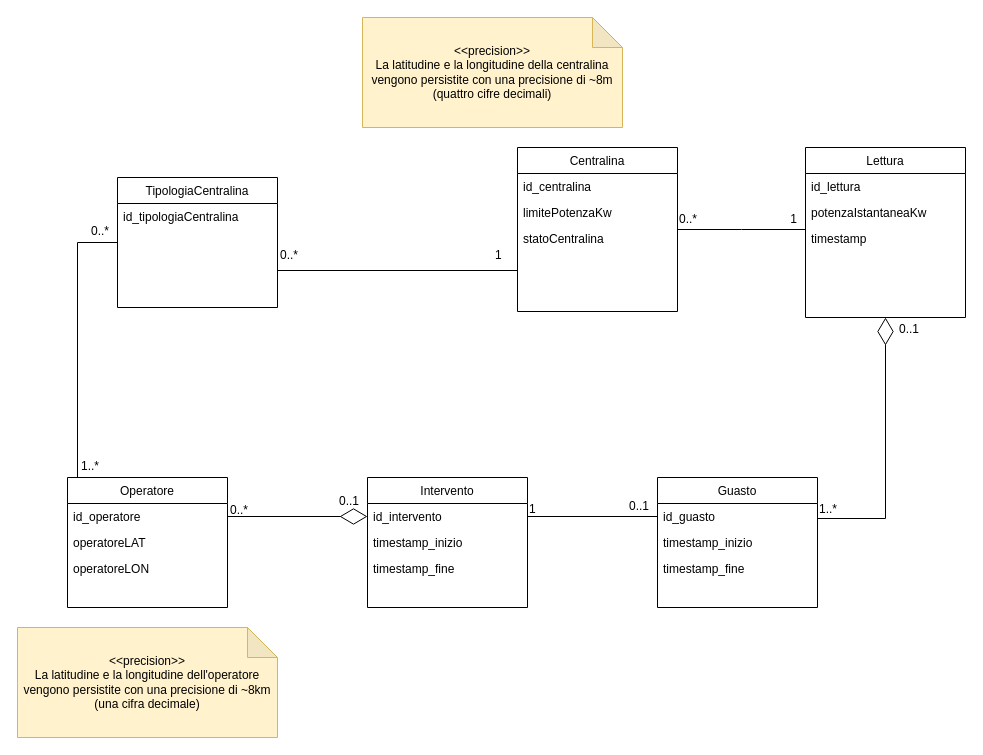
Above: domain_model.drawio in mbeccari856608/architetturasw2024 (draw.io), before the change. Source tidied: cells renumbered, new cells numbered last; positions are measured from the earlier drawing's top-left corner, leaving out a move shared by most shapes. Both pictures are drawn from the tidied source at 100%, with x=0, y=0 at pixel (17, 17).
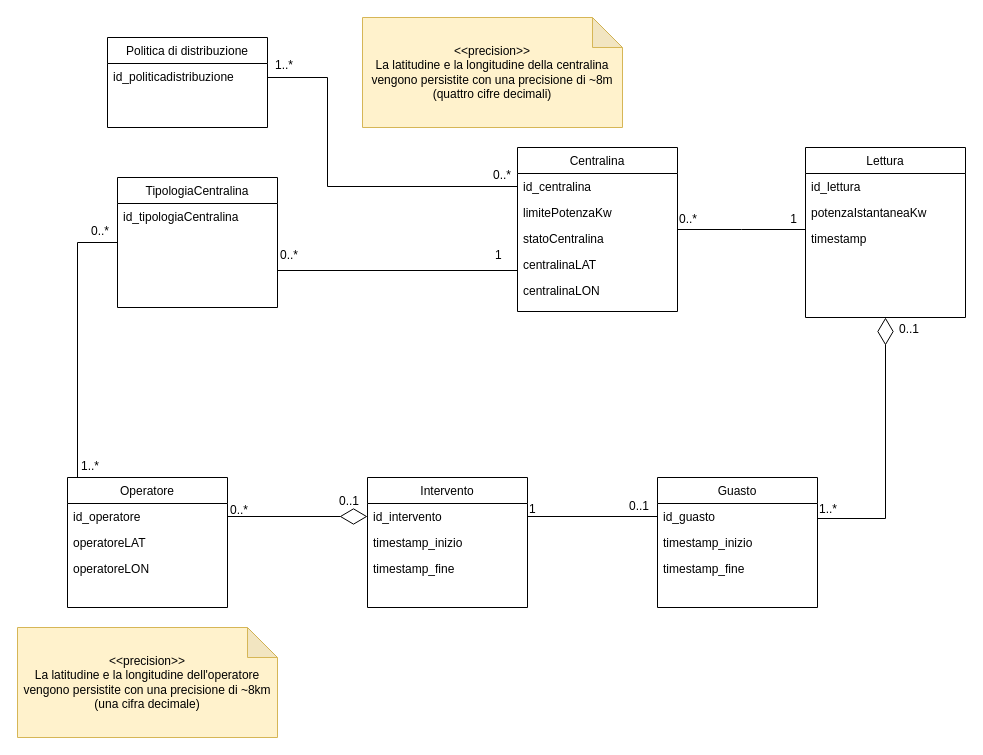
The same diagram, later.

The change refers to these unchanged cells:
```xml
<mxCell id="3" value="Centralina" style="swimlane;fontStyle=0;align=center;verticalAlign=top;horizontal=1;startSize=26;rounded=0;shadow=0;strokeWidth=1;" parent="1" vertex="1">
  <mxGeometry x="500" y="130" width="160" height="164" as="geometry" />
</mxCell>
<mxCell id="4" value="id_centralina" style="text;align=left;verticalAlign=top;spacingLeft=4;spacingRight=4;overflow=hidden;points=[[0,0.5],[1,0.5]];portConstraint=eastwest;" parent="3" vertex="1">
  <mxGeometry y="26" width="160" height="26" as="geometry" />
</mxCell>
```

The edit, as a diff of the source:
```diff
@@
+    <mxCell id="44" value="centralinaLAT" style="text;align=left;verticalAlign=top;spacingLeft=4;spacingRight=4;overflow=hidden;" parent="3" vertex="1">
+      <mxGeometry y="104" width="160" height="26" as="geometry" />
+    </mxCell>
+    <mxCell id="45" value="centralinaLON" style="text;align=left;verticalAlign=top;spacingLeft=4;spacingRight=4;overflow=hidden;" parent="3" vertex="1">
+      <mxGeometry y="130" width="160" height="26" as="geometry" />
+    </mxCell>
@@
+    <mxCell id="46" value="Politica di distribuzione" style="swimlane;fontStyle=0;align=center;verticalAlign=top;horizontal=1;startSize=26;rounded=0;shadow=0;strokeWidth=1;" parent="1" vertex="1">
+      <mxGeometry x="90" y="20" width="160" height="90" as="geometry" />
+    </mxCell>
+    <mxCell id="47" value="id_politicadistribuzione" style="text;align=left;verticalAlign=top;spacingLeft=4;spacingRight=4;overflow=hidden;points=[[0,0.5],[1,0.5]];portConstraint=eastwest;" parent="46" vertex="1">
+      <mxGeometry y="26" width="160" height="26" as="geometry" />
+    </mxCell>
+    <mxCell id="48" style="edgeStyle=orthogonalEdgeStyle;rounded=0;jettySize=auto;html=1;entryX=0;entryY=0.5;entryDx=0;entryDy=0;endArrow=none;endFill=0;" parent="1" edge="1" source="47" target="4">
+      <mxGeometry relative="1" as="geometry">
+        <Array as="points">
+          <mxPoint x="310" y="60" />
+          <mxPoint x="310" y="169" />
+        </Array>
+      </mxGeometry>
+    </mxCell>
+    <mxCell id="49" value="0..*" style="align=left;verticalAlign=bottom;labelBackgroundColor=none;fontSize=12;direction=west;" parent="1" vertex="1">
+      <mxGeometry x="470" y="250" as="geometry">
+        <mxPoint x="4" y="-84" as="offset" />
+      </mxGeometry>
+    </mxCell>
+    <mxCell id="50" value="1..*" style="align=left;verticalAlign=bottom;labelBackgroundColor=none;fontSize=12;direction=south;" parent="1" vertex="1">
+      <mxGeometry x="485" y="250" as="geometry">
+        <mxPoint x="-229" y="-194" as="offset" />
+      </mxGeometry>
+    </mxCell>
```
